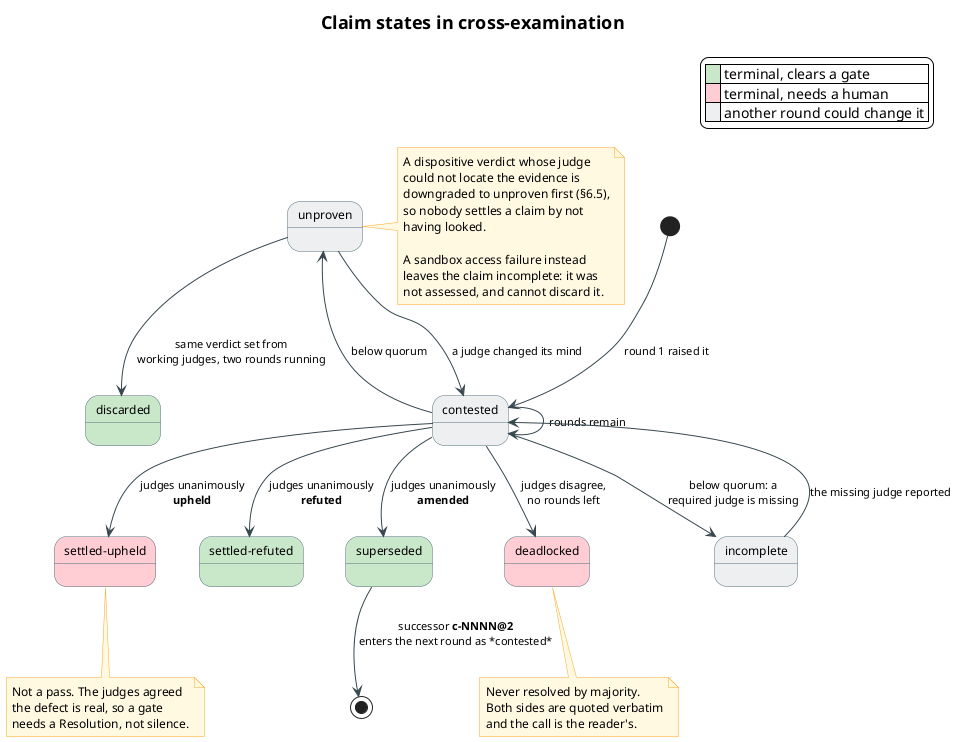
The PlantUML diagram docs/architecture/crossexam-states.png in livingstaccato/afriend, before a commit.
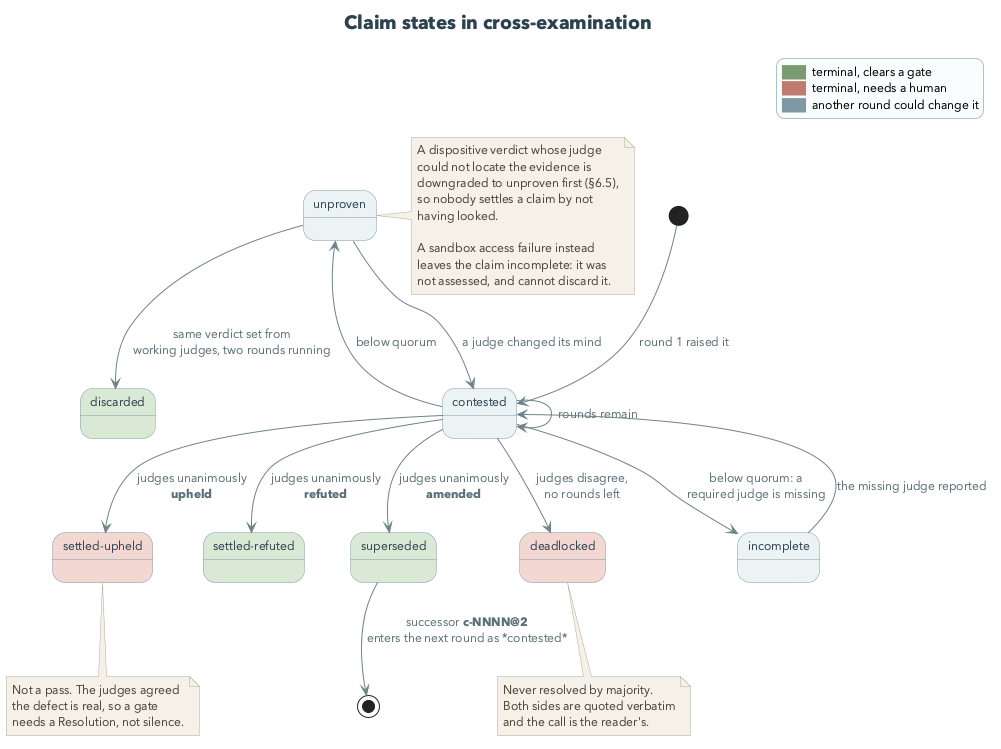
After the commit.

The edit, as a diff of the source:
```diff
@@ -1,41 +1,45 @@
 @startuml crossexam-states
 
+
 skinparam backgroundColor #FFFFFF
-skinparam defaultFontName "Helvetica"
+skinparam defaultFontName "Avenir Next"
+skinparam defaultMonospacedFontName "SF Mono"
 skinparam defaultFontSize 13
 skinparam shadowing false
-skinparam ArrowColor #37474F
-skinparam ArrowFontSize 11
-skinparam TitleFontSize 18
-
-skinparam state {
-  BorderColor #546E7A
-  BackgroundColor #ECEFF1
-  FontSize 13
-  AttributeFontSize 12
-}
-skinparam note {
-  BackgroundColor #FFF8E1
-  BorderColor #F9A825
-  FontSize 12
-}
+skinparam ArrowColor #6E8288
+skinparam ArrowFontColor #5B7079
+skinparam ArrowFontSize 12
+skinparam TitleFontSize 19
+skinparam TitleFontColor #2D424E
+skinparam legendBackgroundColor #F8FCFC
+skinparam legendBorderColor #A8C3CC
+skinparam legendFontSize 12
+skinparam noteBackgroundColor #F4F1E8
+skinparam noteBorderColor #B3AA97
+skinparam noteFontColor #4A4436
+skinparam noteFontSize 12
+skinparam StateBorderColor #7E99A3
+skinparam StateBackgroundColor #EAF3F4
+skinparam StateFontColor #2D424E
+skinparam StateFontSize 13
+skinparam StateAttributeFontSize 12
 
 title Claim states in cross-examination
 
 legend top right
-  |<#C8E6C9>    | terminal, clears a gate |
-  |<#FFCDD2>    | terminal, needs a human |
-  |<#ECEFF1>    | another round could change it |
+  <color:#7A9B72>██</color>  terminal, clears a gate
+  <color:#C07A6E>██</color>  terminal, needs a human
+  <color:#7E99A3>██</color>  another round could change it
 endlegend
 
 state "contested" as C
-state "settled-upheld" as SU #FFCDD2
-state "settled-refuted" as SR #C8E6C9
-state "superseded" as SUP #C8E6C9
-state "deadlocked" as DL #FFCDD2
+state "settled-upheld" as SU #F3D7D2
+state "settled-refuted" as SR #D9E8D5
+state "superseded" as SUP #D9E8D5
+state "deadlocked" as DL #F3D7D2
 state "unproven" as UP
 state "incomplete" as IN
-state "discarded" as DIS #C8E6C9
+state "discarded" as DIS #D9E8D5
 
 [*] --> C : round 1 raised it
 
```
